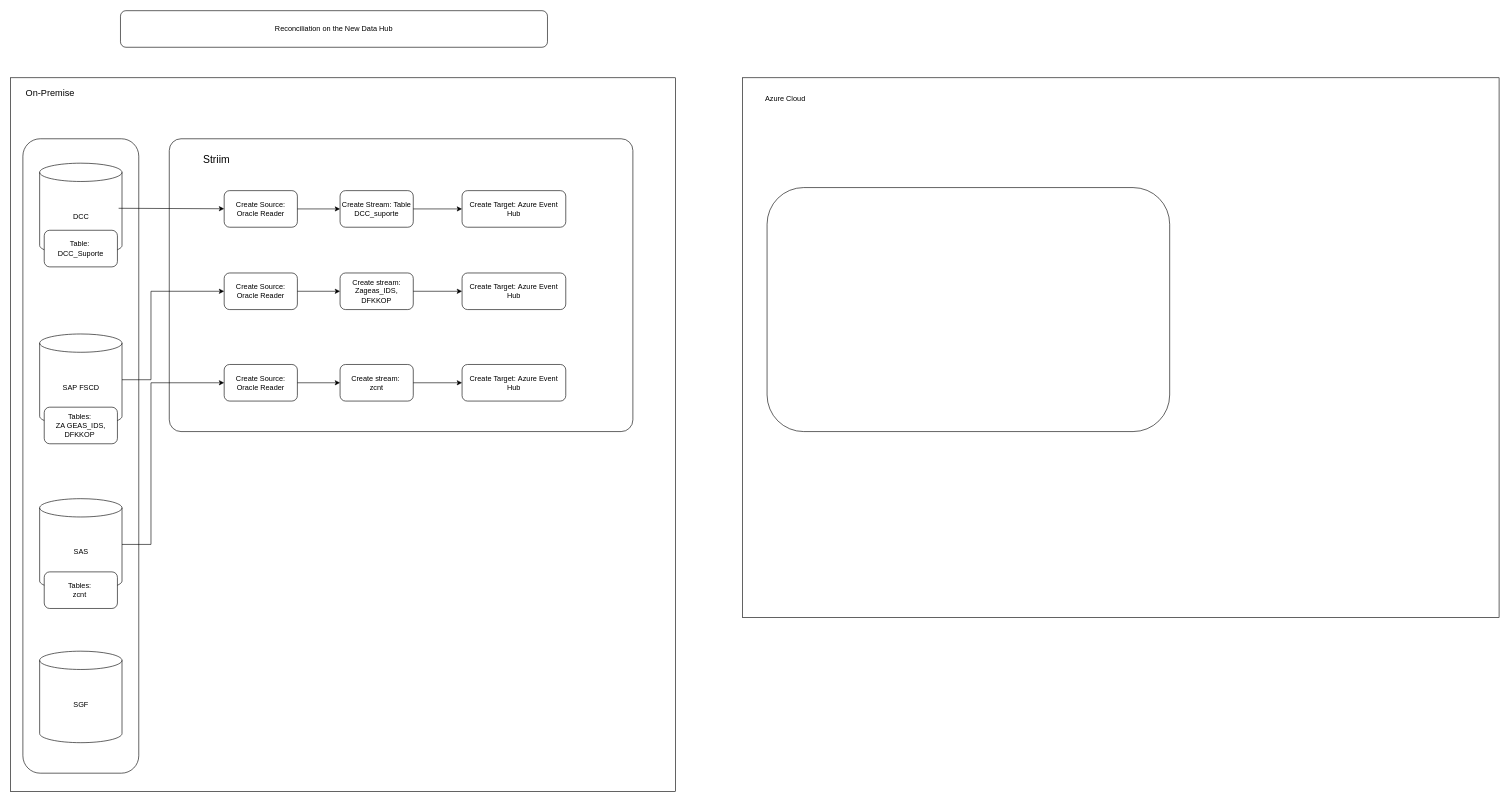
This is Untitled Diagram.drawio from joaorafaelr/Reconc-Project, a draw.io file, before an edit. Source tidied: cells renumbered, new cells numbered last; positions are measured from the earlier drawing's top-left corner, leaving out a move shared by most shapes. Both pictures are drawn from the tidied source at 61%, with x=0, y=0 at pixel (10, 10).
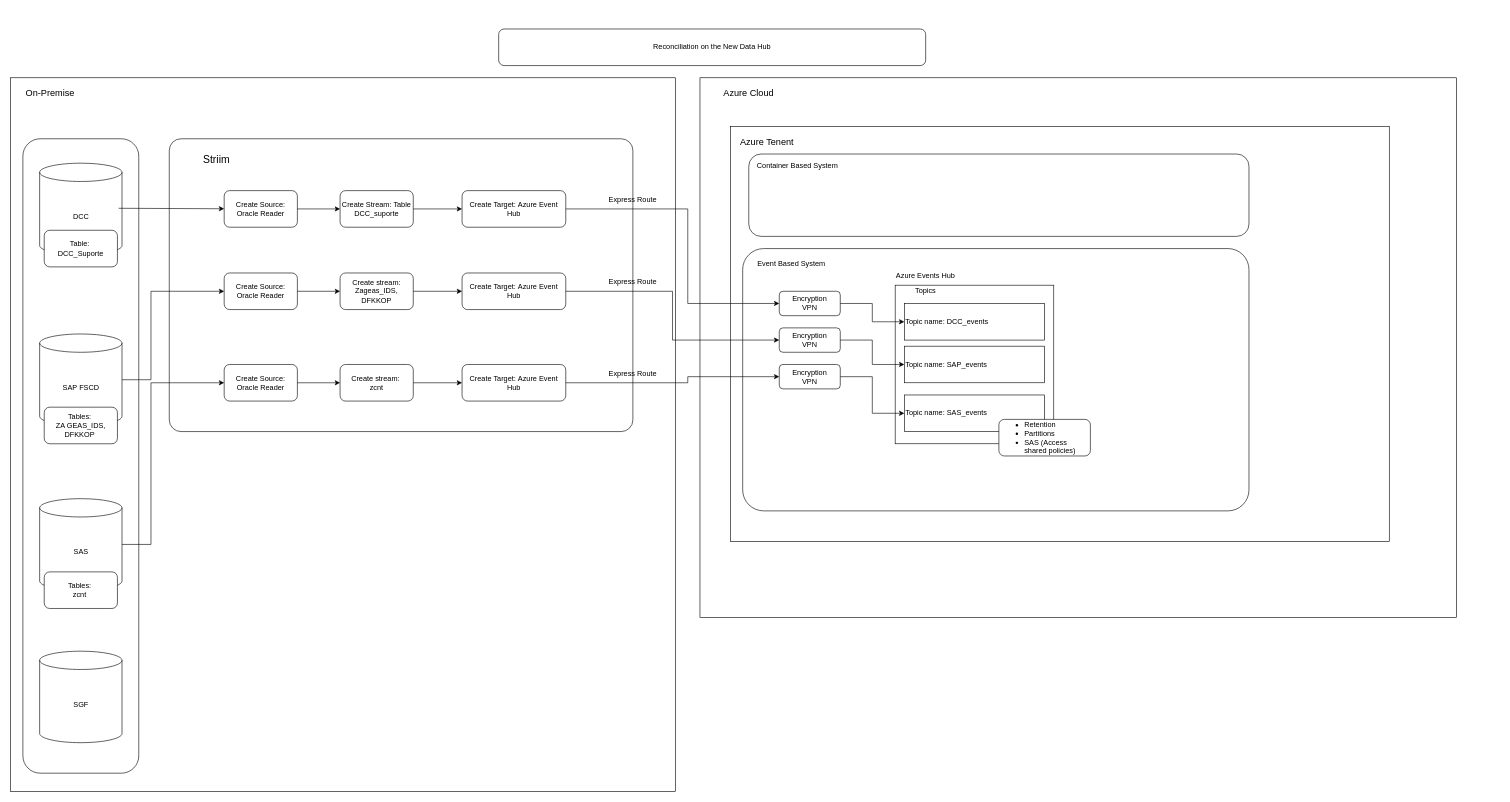
Above is the later version.

The change refers to these unchanged cells:
```xml
<mxCell id="23" value="Create Target:&amp;nbsp;Azure Event Hub" style="rounded=1;whiteSpace=wrap;html=1;" parent="1" vertex="1">
  <mxGeometry x="740" y="430" width="170" height="60" as="geometry" />
</mxCell>
<mxCell id="33" value="Create Target:&amp;nbsp;Azure Event Hub" style="rounded=1;whiteSpace=wrap;html=1;" parent="1" vertex="1">
  <mxGeometry x="740" y="580" width="170" height="60" as="geometry" />
</mxCell>
<mxCell id="34" value="Create Target:&amp;nbsp;Azure Event Hub" style="rounded=1;whiteSpace=wrap;html=1;" parent="1" vertex="1">
  <mxGeometry x="740" y="295" width="170" height="60" as="geometry" />
</mxCell>
```

The edit, as a diff of the source:
```diff
@@
     <mxCell id="4" value="Reconciliation on the New Data Hub" style="rounded=1;whiteSpace=wrap;html=1;" parent="1" vertex="1">
-      <mxGeometry x="180" width="700" height="60" as="geometry" />
+      <mxGeometry x="800" y="30" width="700" height="60" as="geometry" />
     </mxCell>
@@
     <mxCell id="19" style="rounded=0;whiteSpace=wrap;html=1;" parent="1" vertex="1">
-      <mxGeometry x="1200" y="110" width="1240" height="885" as="geometry" />
+      <mxGeometry x="1130" y="110" width="1240" height="885" as="geometry" />
     </mxCell>
-    <mxCell id="20" value="Azure Cloud" style="text;html=1;whiteSpace=wrap;strokeColor=none;fillColor=none;align=center;verticalAlign=middle;rounded=0;" parent="1" vertex="1">
-      <mxGeometry x="1230" y="130" width="80" height="30" as="geometry" />
+    <mxCell id="20" value="&lt;font style=&quot;font-size: 15px;&quot;&gt;Azure Cloud&lt;/font&gt;" style="text;html=1;whiteSpace=wrap;strokeColor=none;fillColor=none;align=center;verticalAlign=middle;rounded=0;" parent="1" vertex="1">
+      <mxGeometry x="1160" y="120" width="100" height="30" as="geometry" />
     </mxCell>
@@
+    <mxCell id="36" value="Express Route" style="text;html=1;whiteSpace=wrap;strokeColor=none;fillColor=none;align=center;verticalAlign=middle;rounded=0;" parent="1" vertex="1">
+      <mxGeometry x="970" y="295" width="100" height="30" as="geometry" />
+    </mxCell>
+    <mxCell id="37" value="Express Route" style="text;html=1;whiteSpace=wrap;strokeColor=none;fillColor=none;align=center;verticalAlign=middle;rounded=0;" parent="1" vertex="1">
+      <mxGeometry x="970" y="430" width="100" height="30" as="geometry" />
+    </mxCell>
+    <mxCell id="38" style="rounded=0;whiteSpace=wrap;html=1;" parent="1" vertex="1">
+      <mxGeometry x="1180" y="190" width="1080" height="680" as="geometry" />
+    </mxCell>
+    <mxCell id="39" value="Express Route" style="text;html=1;whiteSpace=wrap;strokeColor=none;fillColor=none;align=center;verticalAlign=middle;rounded=0;" parent="1" vertex="1">
+      <mxGeometry x="970" y="580" width="100" height="30" as="geometry" />
+    </mxCell>
-    <mxCell id="35" style="rounded=1;whiteSpace=wrap;html=1;" parent="1" vertex="1">
-      <mxGeometry x="1240" y="290" width="660" height="400" as="geometry" />
+    <mxCell id="35" style="rounded=1;whiteSpace=wrap;html=1;arcSize=8;" parent="1" vertex="1">
+      <mxGeometry x="1200" y="390" width="830" height="430" as="geometry" />
     </mxCell>
+    <mxCell id="40" value="Event Based System" style="text;html=1;whiteSpace=wrap;strokeColor=none;fillColor=none;align=center;verticalAlign=middle;rounded=0;" parent="1" vertex="1">
+      <mxGeometry x="1220" y="400" width="120" height="30" as="geometry" />
+    </mxCell>
+    <mxCell id="41" style="edgeStyle=orthogonalEdgeStyle;rounded=0;jettySize=auto;html=1;exitX=1;exitY=0.5;exitDx=0;exitDy=0;entryX=0;entryY=0.5;entryDx=0;entryDy=0;" parent="1" edge="1" source="34" target="42">
+      <mxGeometry relative="1" as="geometry">
+        <Array as="points">
+          <mxPoint x="1110" y="325" />
+          <mxPoint x="1110" y="480" />
+          <mxPoint x="1260" y="480" />
+        </Array>
+      </mxGeometry>
+    </mxCell>
+    <mxCell id="42" value="Encryption&lt;div&gt;VPN&lt;/div&gt;" style="rounded=1;whiteSpace=wrap;html=1;" parent="1" vertex="1">
+      <mxGeometry x="1260" y="460" width="100" height="40" as="geometry" />
+    </mxCell>
+    <mxCell id="43" value="Encryption&lt;div&gt;VPN&lt;/div&gt;" style="rounded=1;whiteSpace=wrap;html=1;" parent="1" vertex="1">
+      <mxGeometry x="1260" y="520" width="100" height="40" as="geometry" />
+    </mxCell>
+    <mxCell id="44" value="Encryption&lt;div&gt;VPN&lt;/div&gt;" style="rounded=1;whiteSpace=wrap;html=1;" parent="1" vertex="1">
+      <mxGeometry x="1260" y="580" width="100" height="40" as="geometry" />
+    </mxCell>
+    <mxCell id="45" style="edgeStyle=orthogonalEdgeStyle;rounded=0;jettySize=auto;html=1;exitX=1;exitY=0.5;exitDx=0;exitDy=0;entryX=0;entryY=0.5;entryDx=0;entryDy=0;" parent="1" edge="1" source="23" target="43">
+      <mxGeometry relative="1" as="geometry">
+        <Array as="points">
+          <mxPoint x="1085" y="460" />
+          <mxPoint x="1085" y="540" />
+        </Array>
+      </mxGeometry>
+    </mxCell>
+    <mxCell id="46" style="edgeStyle=orthogonalEdgeStyle;rounded=0;jettySize=auto;html=1;exitX=1;exitY=0.5;exitDx=0;exitDy=0;entryX=0;entryY=0.5;entryDx=0;entryDy=0;" parent="1" edge="1" source="33" target="44">
+      <mxGeometry relative="1" as="geometry">
+        <Array as="points">
+          <mxPoint x="1110" y="610" />
+          <mxPoint x="1110" y="600" />
+        </Array>
+      </mxGeometry>
+    </mxCell>
+    <mxCell id="47" style="whiteSpace=wrap;html=1;" parent="1" vertex="1">
+      <mxGeometry x="1450" y="450" width="260" height="260" as="geometry" />
+    </mxCell>
+    <mxCell id="48" value="&lt;font style=&quot;font-size: 15px;&quot;&gt;Azure Tenent&lt;/font&gt;" style="text;html=1;whiteSpace=wrap;strokeColor=none;fillColor=none;align=center;verticalAlign=middle;rounded=0;" parent="1" vertex="1">
+      <mxGeometry x="1190" y="200" width="100" height="30" as="geometry" />
+    </mxCell>
+    <mxCell id="49" value="Topic name: DCC_events" style="rounded=0;whiteSpace=wrap;html=1;align=left;" parent="1" vertex="1">
+      <mxGeometry x="1465" y="480" width="230" height="60" as="geometry" />
+    </mxCell>
+    <mxCell id="50" value="Topic name: SAS_events" style="rounded=0;whiteSpace=wrap;html=1;align=left;" parent="1" vertex="1">
+      <mxGeometry x="1465" y="630" width="230" height="60" as="geometry" />
+    </mxCell>
+    <mxCell id="51" value="Topic name: SAP_events&amp;nbsp;" style="rounded=0;whiteSpace=wrap;html=1;align=left;" parent="1" vertex="1">
+      <mxGeometry x="1465" y="550" width="230" height="60" as="geometry" />
+    </mxCell>
+    <mxCell id="52" value="&lt;ul&gt;&lt;li&gt;Retention&lt;/li&gt;&lt;li&gt;Partitions&lt;/li&gt;&lt;li&gt;SAS (Access shared policies)&lt;/li&gt;&lt;/ul&gt;" style="rounded=1;whiteSpace=wrap;html=1;align=left;" parent="1" vertex="1">
+      <mxGeometry x="1620" y="670" width="150" height="60" as="geometry" />
+    </mxCell>
+    <mxCell id="53" value="Azure Events Hub" style="text;html=1;whiteSpace=wrap;strokeColor=none;fillColor=none;align=center;verticalAlign=middle;rounded=0;" parent="1" vertex="1">
+      <mxGeometry x="1450" y="420" width="100" height="30" as="geometry" />
+    </mxCell>
+    <mxCell id="54" value="Topics" style="text;html=1;whiteSpace=wrap;strokeColor=none;fillColor=none;align=center;verticalAlign=middle;rounded=0;" parent="1" vertex="1">
+      <mxGeometry x="1450" y="450" width="100" height="20" as="geometry" />
+    </mxCell>
+    <mxCell id="55" style="edgeStyle=orthogonalEdgeStyle;rounded=0;jettySize=auto;html=1;exitX=1;exitY=0.5;exitDx=0;exitDy=0;entryX=0;entryY=0.5;entryDx=0;entryDy=0;" parent="1" edge="1" source="44" target="50">
+      <mxGeometry relative="1" as="geometry" />
+    </mxCell>
+    <mxCell id="56" style="edgeStyle=orthogonalEdgeStyle;rounded=0;jettySize=auto;html=1;exitX=1;exitY=0.5;exitDx=0;exitDy=0;entryX=0;entryY=0.5;entryDx=0;entryDy=0;" parent="1" edge="1" source="43" target="51">
+      <mxGeometry relative="1" as="geometry" />
+    </mxCell>
+    <mxCell id="57" style="edgeStyle=orthogonalEdgeStyle;rounded=0;jettySize=auto;html=1;exitX=1;exitY=0.5;exitDx=0;exitDy=0;entryX=0;entryY=0.5;entryDx=0;entryDy=0;" parent="1" edge="1" source="42" target="49">
+      <mxGeometry relative="1" as="geometry" />
+    </mxCell>
+    <mxCell id="58" style="rounded=1;whiteSpace=wrap;html=1;" parent="1" vertex="1">
+      <mxGeometry x="1210" y="235" width="820" height="135" as="geometry" />
+    </mxCell>
+    <mxCell id="59" value="Container Based System" style="text;html=1;whiteSpace=wrap;strokeColor=none;fillColor=none;align=center;verticalAlign=middle;rounded=0;" parent="1" vertex="1">
+      <mxGeometry x="1220" y="240" width="140" height="30" as="geometry" />
+    </mxCell>
```
